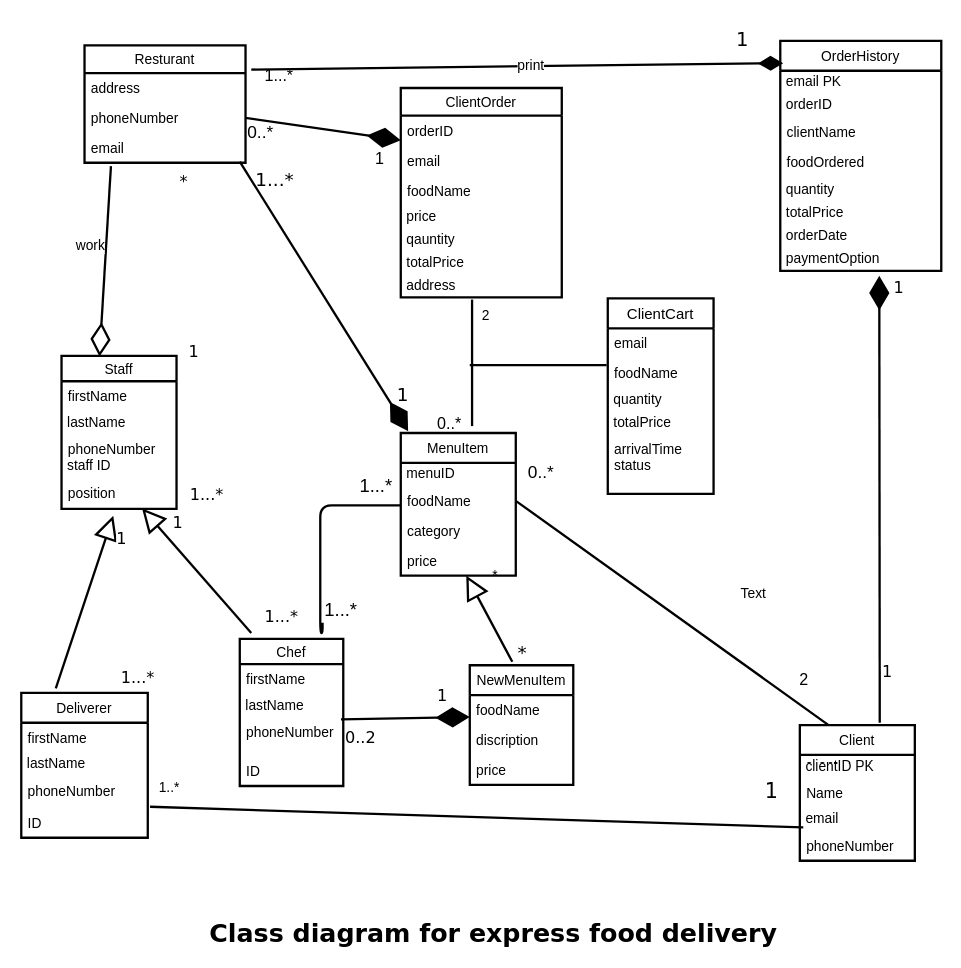
This is Class Diagram For Express food delivery resturant.drawio from wallaceNdi/OC-PRO, a draw.io file, before an edit. Source tidied: cells renumbered, new cells numbered last; positions are measured from the earlier drawing's top-left corner, leaving out a move shared by most shapes. Both pictures are drawn from the tidied source at 115%, with x=0, y=0 at pixel (21, 20).
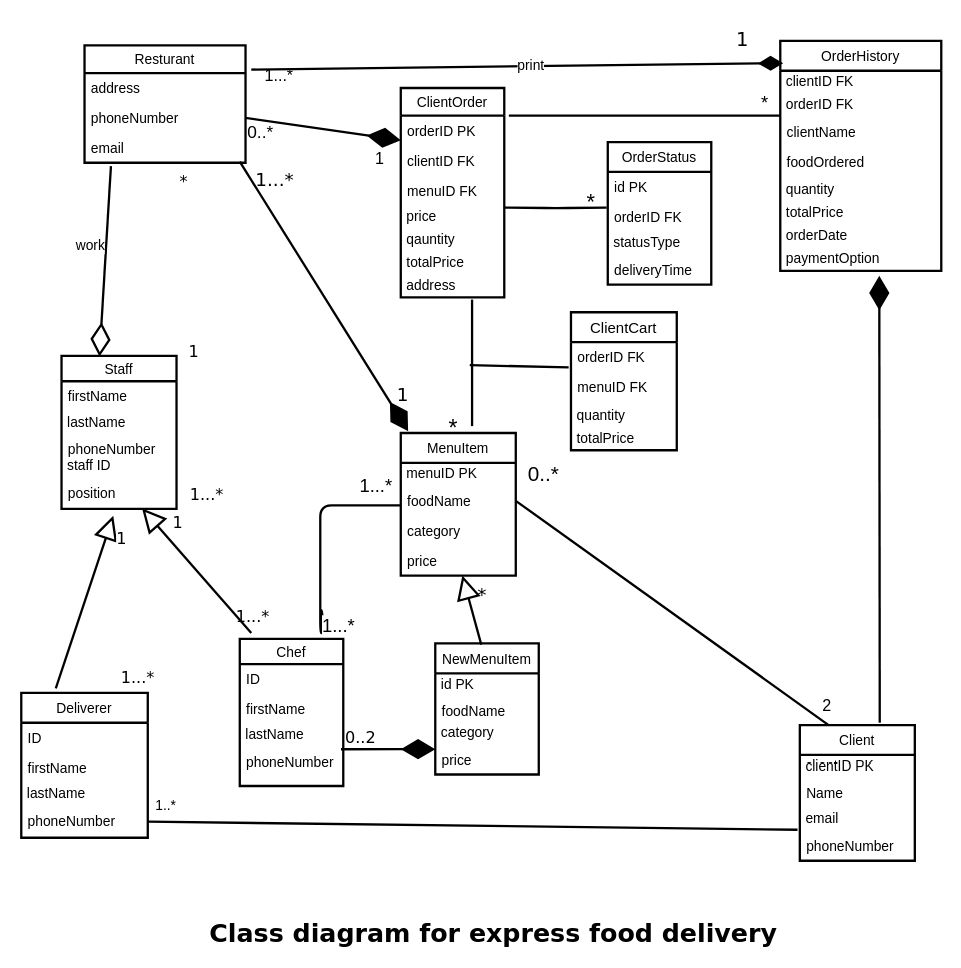
After the change.

Unchanged cells that the change refers to:
```xml
<mxCell id="12" value="Deliverer" style="swimlane;fontStyle=0;horizontal=1;startSize=26;fillColor=none;strokeWidth=2;" parent="1" vertex="1">
  <mxGeometry y="585" width="110" height="126" as="geometry" />
</mxCell>
<mxCell id="17" value="Chef" style="swimlane;fontStyle=0;horizontal=1;startSize=22;fillColor=none;strokeWidth=2;" parent="1" vertex="1">
  <mxGeometry x="190" y="538" width="90" height="128" as="geometry" />
</mxCell>
<mxCell id="30" value="phoneNumber" style="text;strokeColor=none;fillColor=none;align=left;verticalAlign=top;spacingLeft=4;spacingRight=4;overflow=hidden;points=[[0,0.5],[1,0.5]];portConstraint=eastwest;" parent="26" vertex="1">
  <mxGeometry y="92" width="100" height="26" as="geometry" />
</mxCell>
<mxCell id="31" value="MenuItem" style="swimlane;fontStyle=0;horizontal=1;startSize=26;fillColor=none;strokeWidth=2;" parent="1" vertex="1">
  <mxGeometry x="330" y="359" width="100" height="124" as="geometry" />
</mxCell>
<mxCell id="35" value="price" style="text;strokeColor=none;fillColor=none;align=left;verticalAlign=top;spacingLeft=4;spacingRight=4;overflow=hidden;points=[[0,0.5],[1,0.5]];portConstraint=eastwest;" parent="31" vertex="1">
  <mxGeometry y="98" width="100" height="26" as="geometry" />
</mxCell>
<mxCell id="36" value="OrderHistory" style="swimlane;fontStyle=0;horizontal=1;startSize=26;fillColor=none;strokeWidth=2;" parent="1" vertex="1">
  <mxGeometry x="660" y="18" width="140" height="200" as="geometry" />
</mxCell>
```

The edit, as a diff of the source:
```diff
@@
+    <mxCell id="16" value="ID" style="text;strokeColor=none;fillColor=none;align=left;verticalAlign=top;spacingLeft=4;spacingRight=4;overflow=hidden;points=[[0,0.5],[1,0.5]];portConstraint=eastwest;" parent="12" vertex="1">
+      <mxGeometry y="26" width="110" height="26" as="geometry" />
+    </mxCell>
     <mxCell id="13" value="firstName" style="text;strokeColor=none;fillColor=none;align=left;verticalAlign=top;spacingLeft=4;spacingRight=4;overflow=hidden;" parent="12" vertex="1">
-      <mxGeometry y="26" width="110" height="26" as="geometry" />
+      <mxGeometry y="52" width="110" height="26" as="geometry" />
     </mxCell>
     <mxCell id="14" value="&amp;nbsp;lastName" style="text;html=1;align=left;verticalAlign=top;spacingTop=-4;" parent="12" vertex="1">
-      <mxGeometry y="52" width="110" height="20" as="geometry" />
+      <mxGeometry y="78" width="110" height="20" as="geometry" />
     </mxCell>
     <mxCell id="15" value="phoneNumber" style="text;strokeColor=none;fillColor=none;align=left;verticalAlign=top;spacingLeft=4;spacingRight=4;overflow=hidden;points=[[0,0.5],[1,0.5]];portConstraint=eastwest;" parent="12" vertex="1">
-      <mxGeometry y="72" width="110" height="28" as="geometry" />
+      <mxGeometry y="98" width="110" height="28" as="geometry" />
     </mxCell>
-    <mxCell id="16" value="ID" style="text;strokeColor=none;fillColor=none;align=left;verticalAlign=top;spacingLeft=4;spacingRight=4;overflow=hidden;points=[[0,0.5],[1,0.5]];portConstraint=eastwest;" parent="12" vertex="1">
-      <mxGeometry y="100" width="110" height="26" as="geometry" />
-    </mxCell>
@@
+    <mxCell id="21" value="ID" style="text;strokeColor=none;fillColor=none;align=left;verticalAlign=top;spacingLeft=4;spacingRight=4;overflow=hidden;" parent="17" vertex="1">
+      <mxGeometry y="22" width="90" height="26" as="geometry" />
+    </mxCell>
     <mxCell id="18" value="firstName" style="text;strokeColor=none;fillColor=none;align=left;verticalAlign=top;spacingLeft=4;spacingRight=4;overflow=hidden;" parent="17" vertex="1">
-      <mxGeometry y="22" width="90" height="26" as="geometry" />
+      <mxGeometry y="48" width="90" height="26" as="geometry" />
     </mxCell>
     <mxCell id="19" value="&amp;nbsp;lastName" style="text;html=1;align=left;verticalAlign=top;spacingTop=-4;" parent="17" vertex="1">
-      <mxGeometry y="48" width="90" height="20" as="geometry" />
+      <mxGeometry y="74" width="90" height="20" as="geometry" />
     </mxCell>
     <mxCell id="20" value="phoneNumber" style="text;strokeColor=none;fillColor=none;align=left;verticalAlign=top;spacingLeft=4;spacingRight=4;overflow=hidden;points=[[0,0.5],[1,0.5]];portConstraint=eastwest;" parent="17" vertex="1">
-      <mxGeometry y="68" width="90" height="34" as="geometry" />
+      <mxGeometry y="94" width="90" height="34" as="geometry" />
     </mxCell>
-    <mxCell id="21" value="ID" style="text;strokeColor=none;fillColor=none;align=left;verticalAlign=top;spacingLeft=4;spacingRight=4;overflow=hidden;" parent="17" vertex="1">
-      <mxGeometry y="102" width="90" height="26" as="geometry" />
-    </mxCell>
     <mxCell id="22" value="NewMenuItem" style="swimlane;fontStyle=0;horizontal=1;startSize=26;fillColor=none;strokeWidth=2;" parent="1" vertex="1">
-      <mxGeometry x="390" y="561" width="90" height="104" as="geometry" />
+      <mxGeometry x="360" y="542" width="90" height="114" as="geometry" />
     </mxCell>
+    <mxCell id="104" value="&amp;nbsp;id PK" style="text;html=1;align=left;verticalAlign=top;spacingTop=-4;" parent="22" vertex="1">
+      <mxGeometry y="26" width="90" height="20" as="geometry" />
+    </mxCell>
     <mxCell id="23" value="foodName" style="text;strokeColor=none;fillColor=none;align=left;verticalAlign=top;spacingLeft=4;spacingRight=4;overflow=hidden;" parent="22" vertex="1">
-      <mxGeometry y="26" width="90" height="26" as="geometry" />
+      <mxGeometry y="46" width="90" height="22" as="geometry" />
     </mxCell>
-    <mxCell id="24" value="discription" style="text;strokeColor=none;fillColor=none;align=left;verticalAlign=top;spacingLeft=4;spacingRight=4;overflow=hidden;" parent="22" vertex="1">
-      <mxGeometry y="52" width="90" height="26" as="geometry" />
-    </mxCell>
+    <mxCell id="105" value="&amp;nbsp;category" style="text;html=1;align=left;verticalAlign=top;spacingTop=-4;" parent="22" vertex="1">
+      <mxGeometry y="68" width="90" height="20" as="geometry" />
+    </mxCell>
     <mxCell id="25" value="price" style="text;strokeColor=none;fillColor=none;align=left;verticalAlign=top;spacingLeft=4;spacingRight=4;overflow=hidden;points=[[0,0.5],[1,0.5]];portConstraint=eastwest;" parent="22" vertex="1">
-      <mxGeometry y="78" width="90" height="26" as="geometry" />
+      <mxGeometry y="88" width="90" height="26" as="geometry" />
     </mxCell>
@@
-    <mxCell id="32" value="&amp;nbsp;menuID" style="text;html=1;align=left;verticalAlign=top;spacingTop=-4;" parent="31" vertex="1">
+    <mxCell id="32" value="&amp;nbsp;menuID PK" style="text;html=1;align=left;verticalAlign=top;spacingTop=-4;" parent="31" vertex="1">
       <mxGeometry y="26" width="100" height="20" as="geometry" />
     </mxCell>
@@
+    <mxCell id="38" value="&amp;nbsp;clientID FK" style="text;html=1;align=left;verticalAlign=top;spacingTop=-4;" parent="36" vertex="1">
+      <mxGeometry y="26" width="140" height="20" as="geometry" />
+    </mxCell>
-    <mxCell id="37" value="&amp;nbsp;email PK" style="text;html=1;align=left;verticalAlign=top;spacingTop=-4;" parent="36" vertex="1">
-      <mxGeometry y="26" width="140" height="20" as="geometry" />
+    <mxCell id="37" value="&amp;nbsp;orderID FK" style="text;html=1;align=left;verticalAlign=top;spacingTop=-4;" parent="36" vertex="1">
+      <mxGeometry y="46" width="140" height="20" as="geometry" />
     </mxCell>
-    <mxCell id="38" value="&amp;nbsp;orderID" style="text;html=1;align=left;verticalAlign=top;spacingTop=-4;" parent="36" vertex="1">
-      <mxGeometry y="46" width="140" height="20" as="geometry" />
-    </mxCell>
@@
-    <mxCell id="48" style="endArrow=block;endSize=16;endFill=0;html=1;strokeWidth=2;exitX=0.411;exitY=-0.029;exitDx=0;exitDy=0;exitPerimeter=0;" parent="1" edge="1" source="22" target="35">
-      <mxGeometry x="0.2" relative="1" as="geometry" />
+    <mxCell id="48" style="endArrow=block;endSize=16;endFill=0;html=1;strokeWidth=2;" parent="1" edge="1" target="35">
+      <mxGeometry x="0.2" relative="1" as="geometry">
+        <mxPoint x="400" y="543" as="sourcePoint" />
+      </mxGeometry>
     </mxCell>
@@
-    <mxCell id="53" style="endArrow=diamondThin;endFill=1;endSize=24;html=1;strokeWidth=2;exitX=0.978;exitY=0.059;exitDx=0;exitDy=0;exitPerimeter=0;" parent="1" edge="1" source="20">
-      <mxGeometry relative="1" as="geometry">
-        <mxPoint x="390" y="606" as="targetPoint" />
-      </mxGeometry>
+    <mxCell id="53" style="endArrow=diamondThin;endFill=1;endSize=24;html=1;strokeWidth=2;exitX=0.978;exitY=0.059;exitDx=0;exitDy=0;exitPerimeter=0;entryX=0;entryY=0.154;entryDx=0;entryDy=0;entryPerimeter=0;" parent="1" edge="1" source="20" target="25">
+      <mxGeometry relative="1" as="geometry" />
     </mxCell>
@@
-    <mxCell id="56" style="endArrow=none;html=1;edgeStyle=orthogonalEdgeStyle;strokeWidth=2;exitX=1.04;exitY=0.8;exitDx=0;exitDy=0;exitPerimeter=0;" parent="1" edge="1" source="66">
+    <mxCell id="56" style="endArrow=none;html=1;edgeStyle=orthogonalEdgeStyle;strokeWidth=2;" parent="1" edge="1">
       <mxGeometry relative="1" as="geometry">
+        <mxPoint x="260" y="513" as="sourcePoint" />
         <mxPoint x="330" y="422" as="targetPoint" />
         <Array as="points">
           <mxPoint x="262" y="533" />
           <mxPoint x="260" y="533" />
           <mxPoint x="260" y="422" />
         </Array>
       </mxGeometry>
     </mxCell>
     <mxCell id="57" value="&lt;font style=&quot;font-size: 16px&quot;&gt;1...*&lt;/font&gt;" style="html=1;align=left;verticalAlign=bottom;labelBackgroundColor=#ffffff;fontSize=10;" parent="56" vertex="1">
-      <mxGeometry x="-1" relative="1" as="geometry" />
+      <mxGeometry x="-1" relative="1" as="geometry">
+        <mxPoint y="25" as="offset" />
+      </mxGeometry>
     </mxCell>
@@
-    <mxCell id="65" value="&lt;font style=&quot;font-size: 18px&quot;&gt;1&lt;/font&gt;" style="text;html=1;align=left;verticalAlign=top;spacingTop=-4;fontSize=14;fontFamily=Verdana;" parent="1" vertex="1">
-      <mxGeometry x="645" y="657" width="30" height="20" as="geometry" />
-    </mxCell>
     <mxCell id="66" value="1...*" style="text;html=1;points=[];align=left;verticalAlign=top;spacingTop=-4;fontSize=14;fontFamily=Verdana;" parent="1" vertex="1">
-      <mxGeometry x="210" y="508" width="50" height="20" as="geometry" />
+      <mxGeometry x="185" y="508" width="50" height="20" as="geometry" />
     </mxCell>
@@
     <mxCell id="70" value="*" style="text;html=1;align=left;verticalAlign=top;spacingTop=-4;fontSize=16;fontFamily=Verdana;" parent="1" vertex="1">
-      <mxGeometry x="430" y="538" width="30" height="20" as="geometry" />
+      <mxGeometry x="395" y="488" width="30" height="20" as="geometry" />
     </mxCell>
@@
-    <mxCell id="72" value="1" style="text;html=1;align=left;verticalAlign=top;spacingTop=-4;fontSize=14;fontFamily=Verdana;" parent="1" vertex="1">
-      <mxGeometry x="360" y="577" width="20" height="20" as="geometry" />
-    </mxCell>
-    <mxCell id="73" value="1" style="text;html=1;align=left;verticalAlign=top;spacingTop=-4;fontSize=14;fontFamily=Verdana;" parent="1" vertex="1">
-      <mxGeometry x="747" y="556" width="20" height="20" as="geometry" />
-    </mxCell>
-    <mxCell id="74" value="1" style="text;html=1;align=left;verticalAlign=top;spacingTop=-4;fontSize=14;fontFamily=Verdana;" parent="1" vertex="1">
-      <mxGeometry x="757" y="222" width="20" height="20" as="geometry" />
-    </mxCell>
     <mxCell id="75" value="ClientCart" style="swimlane;fontStyle=0;horizontal=1;startSize=26;fillColor=none;fontSize=13;strokeWidth=2;" parent="1" vertex="1">
-      <mxGeometry x="510" y="242" width="92" height="170" as="geometry" />
+      <mxGeometry x="478" y="254" width="92" height="120" as="geometry" />
     </mxCell>
-    <mxCell id="76" value="email" style="text;strokeColor=none;fillColor=none;align=left;verticalAlign=top;spacingLeft=4;spacingRight=4;overflow=hidden;points=[[0,0.5],[1,0.5]];portConstraint=eastwest;" parent="75" vertex="1">
+    <mxCell id="76" value="orderID FK" style="text;strokeColor=none;fillColor=none;align=left;verticalAlign=top;spacingLeft=4;spacingRight=4;overflow=hidden;points=[[0,0.5],[1,0.5]];portConstraint=eastwest;" parent="75" vertex="1">
       <mxGeometry y="26" width="92" height="26" as="geometry" />
     </mxCell>
-    <mxCell id="77" value="foodName" style="text;strokeColor=none;fillColor=none;align=left;verticalAlign=top;spacingLeft=4;spacingRight=4;overflow=hidden;" parent="75" vertex="1">
-      <mxGeometry y="52" width="92" height="26" as="geometry" />
+    <mxCell id="77" value="menuID FK" style="text;strokeColor=none;fillColor=none;align=left;verticalAlign=top;spacingLeft=4;spacingRight=4;overflow=hidden;" parent="75" vertex="1">
+      <mxGeometry y="52" width="92" height="28" as="geometry" />
     </mxCell>
     <mxCell id="78" value="&amp;nbsp;quantity" style="text;html=1;align=left;verticalAlign=top;spacingTop=-4;" parent="75" vertex="1">
-      <mxGeometry y="78" width="92" height="20" as="geometry" />
+      <mxGeometry y="80" width="92" height="20" as="geometry" />
     </mxCell>
     <mxCell id="79" value="&amp;nbsp;totalPrice" style="text;html=1;align=left;verticalAlign=top;spacingTop=-4;" parent="75" vertex="1">
-      <mxGeometry y="98" width="92" height="20" as="geometry" />
+      <mxGeometry y="100" width="92" height="20" as="geometry" />
     </mxCell>
-    <mxCell id="80" value="arrivalTime&#10;status&#10;" style="text;strokeColor=none;fillColor=none;align=left;verticalAlign=top;spacingLeft=4;spacingRight=4;overflow=hidden;" parent="75" vertex="1">
-      <mxGeometry y="118" width="92" height="52" as="geometry" />
-    </mxCell>
-    <mxCell id="81" style="endArrow=none;html=1;entryX=-0.011;entryY=0.3;entryDx=0;entryDy=0;entryPerimeter=0;strokeWidth=2;" parent="1" edge="1">
+    <mxCell id="81" style="endArrow=none;html=1;strokeWidth=2;entryX=-0.022;entryY=0.846;entryDx=0;entryDy=0;entryPerimeter=0;" parent="1" edge="1" target="76">
       <mxGeometry relative="1" as="geometry">
         <mxPoint x="390" y="300" as="sourcePoint" />
-        <mxPoint x="509" y="300" as="targetPoint" />
       </mxGeometry>
     </mxCell>
@@
-    <mxCell id="83" style="endArrow=none;html=1;strokeWidth=2;exitX=1.018;exitY=-0.038;exitDx=0;exitDy=0;exitPerimeter=0;entryX=0.03;entryY=-0.115;entryDx=0;entryDy=0;entryPerimeter=0;" parent="1" edge="1" source="16" target="30">
+    <mxCell id="83" style="endArrow=none;html=1;strokeWidth=2;exitX=1;exitY=0.5;exitDx=0;exitDy=0;entryX=-0.02;entryY=-0.038;entryDx=0;entryDy=0;entryPerimeter=0;" parent="1" edge="1" source="15" target="30">
       <mxGeometry relative="1" as="geometry" />
     </mxCell>
     <mxCell id="84" value="1..*" style="text;html=1;align=left;verticalAlign=top;spacingTop=-4;" parent="1" vertex="1">
-      <mxGeometry x="118" y="658" width="30" height="20" as="geometry" />
+      <mxGeometry x="115" y="673" width="30" height="20" as="geometry" />
     </mxCell>
-    <mxCell id="85" value="&lt;font style=&quot;font-size: 15px&quot;&gt;0..*&lt;/font&gt;" style="text;html=1;align=left;verticalAlign=top;spacingTop=-4;" parent="1" vertex="1">
+    <mxCell id="85" value="&lt;font style=&quot;font-size: 18px&quot;&gt;0..*&lt;/font&gt;" style="text;html=1;align=left;verticalAlign=top;spacingTop=-4;" parent="1" vertex="1">
       <mxGeometry x="439" y="382" width="40" height="20" as="geometry" />
     </mxCell>
     <mxCell id="86" value="&lt;font style=&quot;font-size: 14px&quot;&gt;2&lt;/font&gt;" style="text;html=1;align=left;verticalAlign=top;spacingTop=-4;" parent="1" vertex="1">
-      <mxGeometry x="675" y="563" width="20" height="20" as="geometry" />
+      <mxGeometry x="695" y="585" width="20" height="20" as="geometry" />
     </mxCell>
-    <mxCell id="87" value="&lt;font style=&quot;font-size: 14px&quot;&gt;0..*&lt;/font&gt;" style="text;html=1;align=left;verticalAlign=top;spacingTop=-4;" parent="1" vertex="1">
-      <mxGeometry x="360" y="340" width="40" height="20" as="geometry" />
+    <mxCell id="87" value="&lt;font style=&quot;font-size: 20px&quot;&gt;*&lt;/font&gt;" style="text;html=1;align=left;verticalAlign=top;spacingTop=-4;" parent="1" vertex="1">
+      <mxGeometry x="370" y="340" width="20" height="20" as="geometry" />
     </mxCell>
-    <mxCell id="88" value="*" style="text;html=1;align=left;verticalAlign=top;spacingTop=-4;" parent="1" vertex="1">
-      <mxGeometry x="408" y="473" width="20" height="20" as="geometry" />
-    </mxCell>
     <mxCell id="89" value="ClientOrder" style="swimlane;fontStyle=0;horizontal=1;startSize=24;fillColor=none;strokeWidth=2;" parent="1" vertex="1">
-      <mxGeometry x="330" y="59" width="140" height="182" as="geometry" />
+      <mxGeometry x="330" y="59" width="90" height="182" as="geometry" />
     </mxCell>
-    <mxCell id="90" value="orderID" style="text;strokeColor=none;fillColor=none;align=left;verticalAlign=top;spacingLeft=4;spacingRight=4;overflow=hidden;" parent="89" vertex="1">
-      <mxGeometry y="24" width="140" height="26" as="geometry" />
+    <mxCell id="90" value="orderID PK" style="text;strokeColor=none;fillColor=none;align=left;verticalAlign=top;spacingLeft=4;spacingRight=4;overflow=hidden;" parent="89" vertex="1">
+      <mxGeometry y="24" width="90" height="26" as="geometry" />
     </mxCell>
-    <mxCell id="91" value="email" style="text;strokeColor=none;fillColor=none;align=left;verticalAlign=top;spacingLeft=4;spacingRight=4;overflow=hidden;" parent="89" vertex="1">
-      <mxGeometry y="50" width="140" height="26" as="geometry" />
+    <mxCell id="91" value="clientID FK" style="text;strokeColor=none;fillColor=none;align=left;verticalAlign=top;spacingLeft=4;spacingRight=4;overflow=hidden;" parent="89" vertex="1">
+      <mxGeometry y="50" width="90" height="26" as="geometry" />
     </mxCell>
-    <mxCell id="92" value="foodName&#10;&#10;" style="text;strokeColor=none;fillColor=none;align=left;verticalAlign=top;spacingLeft=4;spacingRight=4;overflow=hidden;" parent="89" vertex="1">
-      <mxGeometry y="76" width="140" height="26" as="geometry" />
+    <mxCell id="92" value="menuID FK&#10;" style="text;strokeColor=none;fillColor=none;align=left;verticalAlign=top;spacingLeft=4;spacingRight=4;overflow=hidden;" parent="89" vertex="1">
+      <mxGeometry y="76" width="90" height="26" as="geometry" />
     </mxCell>
     <mxCell id="93" value="&amp;nbsp;price" style="text;html=1;align=left;verticalAlign=top;spacingTop=-4;" parent="89" vertex="1">
-      <mxGeometry y="102" width="140" height="20" as="geometry" />
+      <mxGeometry y="102" width="90" height="20" as="geometry" />
     </mxCell>
     <mxCell id="94" value="&amp;nbsp;qauntity" style="text;html=1;align=left;verticalAlign=top;spacingTop=-4;" parent="89" vertex="1">
-      <mxGeometry y="122" width="140" height="20" as="geometry" />
+      <mxGeometry y="122" width="90" height="20" as="geometry" />
     </mxCell>
     <mxCell id="95" value="&amp;nbsp;totalPrice" style="text;html=1;align=left;verticalAlign=top;spacingTop=-4;" parent="89" vertex="1">
-      <mxGeometry y="142" width="140" height="20" as="geometry" />
+      <mxGeometry y="142" width="90" height="20" as="geometry" />
     </mxCell>
     <mxCell id="96" value="&amp;nbsp;address" style="text;html=1;align=left;verticalAlign=top;spacingTop=-4;" parent="89" vertex="1">
-      <mxGeometry y="162" width="140" height="20" as="geometry" />
+      <mxGeometry y="162" width="90" height="20" as="geometry" />
     </mxCell>
@@
-    <mxCell id="102" value="2" style="text;html=1;align=left;verticalAlign=top;spacingTop=-4;" parent="1" vertex="1">
-      <mxGeometry x="399" y="247" width="20" height="20" as="geometry" />
-    </mxCell>
-    <mxCell id="103" value="Text" style="text;html=1;align=left;verticalAlign=top;spacingTop=-4;" parent="1" vertex="1">
-      <mxGeometry x="624" y="489" width="40" height="20" as="geometry" />
-    </mxCell>
+    <mxCell id="106" value="OrderStatus" style="swimlane;fontStyle=0;horizontal=1;startSize=26;fillColor=none;strokeWidth=2;" parent="1" vertex="1">
+      <mxGeometry x="510" y="106" width="90" height="124" as="geometry" />
+    </mxCell>
+    <mxCell id="107" value="id PK" style="text;strokeColor=none;fillColor=none;align=left;verticalAlign=top;spacingLeft=4;spacingRight=4;overflow=hidden;" parent="106" vertex="1">
+      <mxGeometry y="26" width="90" height="26" as="geometry" />
+    </mxCell>
+    <mxCell id="108" value="orderID FK" style="text;strokeColor=none;fillColor=none;align=left;verticalAlign=top;spacingLeft=4;spacingRight=4;overflow=hidden;points=[[0,0.5],[1,0.5]];portConstraint=eastwest;" parent="106" vertex="1">
+      <mxGeometry y="52" width="90" height="26" as="geometry" />
+    </mxCell>
+    <mxCell id="109" value="&amp;nbsp;statusType" style="text;html=1;align=left;verticalAlign=top;spacingTop=-4;" parent="106" vertex="1">
+      <mxGeometry y="78" width="90" height="20" as="geometry" />
+    </mxCell>
+    <mxCell id="110" value="deliveryTime" style="text;strokeColor=none;fillColor=none;align=left;verticalAlign=top;spacingLeft=4;spacingRight=4;overflow=hidden;" parent="106" vertex="1">
+      <mxGeometry y="98" width="90" height="26" as="geometry" />
+    </mxCell>
+    <mxCell id="111" style="endArrow=none;html=1;edgeStyle=orthogonalEdgeStyle;strokeWidth=2;entryX=-0.011;entryY=0.192;entryDx=0;entryDy=0;entryPerimeter=0;" parent="1" edge="1" target="108">
+      <mxGeometry relative="1" as="geometry">
+        <mxPoint x="420" y="163" as="sourcePoint" />
+      </mxGeometry>
+    </mxCell>
+    <mxCell id="112" value="&lt;font style=&quot;font-size: 19px&quot;&gt;*&lt;/font&gt;" style="text;html=1;align=left;verticalAlign=top;spacingTop=-4;" parent="1" vertex="1">
+      <mxGeometry x="490" y="145" width="20" height="20" as="geometry" />
+    </mxCell>
+    <mxCell id="113" style="endArrow=none;html=1;edgeStyle=orthogonalEdgeStyle;strokeWidth=2;" parent="1" edge="1">
+      <mxGeometry relative="1" as="geometry">
+        <mxPoint x="424" y="83" as="sourcePoint" />
+        <mxPoint x="660" y="83" as="targetPoint" />
+      </mxGeometry>
+    </mxCell>
+    <mxCell id="114" value="*" style="html=1;align=right;verticalAlign=bottom;labelBackgroundColor=#ffffff;fontSize=16;" parent="113" vertex="1">
+      <mxGeometry x="1" relative="1" as="geometry">
+        <mxPoint x="-10" as="offset" />
+      </mxGeometry>
+    </mxCell>
```
